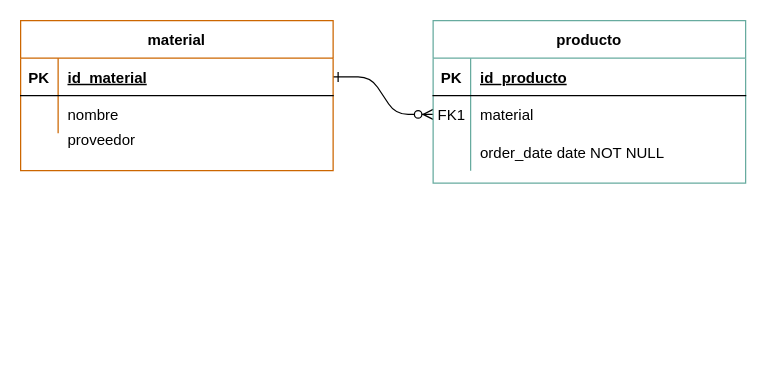
Earlier version of the draw.io diagram Diagrama sin título.drawio (JoselinaOrellano/trebol-tpe). Source tidied: cells renumbered, new cells numbered last; positions are measured from the earlier drawing's top-left corner, leaving out a move shared by most shapes. Both pictures are drawn from the tidied source at 125%, with x=0, y=0 at pixel (20, 20).
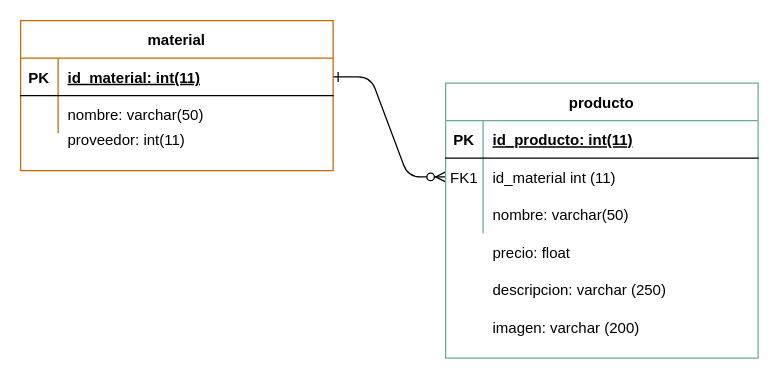
The same page after the edit.

Unchanged cells that the change refers to:
```xml
<mxCell id="4" style="shape=partialRectangle;fillColor=none;top=0;left=0;right=0;bottom=1;" parent="3" vertex="1">
  <mxGeometry y="30" width="250" height="30" as="geometry" />
</mxCell>
<mxCell id="7" style="shape=partialRectangle;fillColor=none;points=[[0,0.5],[1,0.5]];portConstraint=eastwest;top=0;left=0;right=0;bottom=0;" parent="3" vertex="1">
  <mxGeometry y="60" width="250" height="30" as="geometry" />
</mxCell>
<mxCell id="10" style="shape=partialRectangle;fillColor=none;top=0;left=0;right=0;bottom=0;" parent="3" vertex="1">
  <mxGeometry y="90" width="250" height="30" as="geometry" />
</mxCell>
<mxCell id="14" style="shape=partialRectangle;fillColor=none;points=[[0,0.5],[1,0.5]];portConstraint=eastwest;top=0;left=0;right=0;bottom=1;" parent="13" vertex="1">
  <mxGeometry y="30" width="250" height="30" as="geometry" />
</mxCell>
<mxCell id="17" style="shape=partialRectangle;fillColor=none;top=0;left=0;right=0;bottom=0;" parent="13" vertex="1">
  <mxGeometry y="60" width="250" height="30" as="geometry" />
</mxCell>
```

Change to the diagram source:
```diff
@@
+    <mxCell id="23" style="group;" parent="1" vertex="1">
+      <mxGeometry x="340" y="50" width="250" height="220" as="geometry" />
+    </mxCell>
-    <mxCell id="3" value="producto" style="shape=table;startSize=30;childLayout=tableLayout;rowLines=0;fontStyle=1;align=center;strokeColor=#67AB9F;" parent="1" vertex="1">
-      <mxGeometry x="330" width="250" height="130" as="geometry" />
+    <mxCell id="3" value="producto" style="shape=table;startSize=30;childLayout=tableLayout;rowLines=0;fontStyle=1;align=center;strokeColor=#67AB9F;" parent="23" vertex="1">
+      <mxGeometry width="250" height="220" as="geometry" />
     </mxCell>
@@
-    <mxCell id="6" value="id_producto" style="shape=partialRectangle;overflow=hidden;fillColor=none;top=0;left=0;bottom=0;right=0;align=left;spacingLeft=6;fontStyle=5;" parent="4" vertex="1">
+    <mxCell id="6" value="id_producto: int(11)" style="shape=partialRectangle;overflow=hidden;fillColor=none;top=0;left=0;bottom=0;right=0;align=left;spacingLeft=6;fontStyle=5;" parent="4" vertex="1">
       <mxGeometry x="30" width="220" height="30" as="geometry" />
     </mxCell>
@@
-    <mxCell id="9" value="material" style="shape=partialRectangle;overflow=hidden;fillColor=none;top=0;left=0;bottom=0;right=0;align=left;spacingLeft=6;" parent="7" vertex="1">
+    <mxCell id="9" value="id_material int (11)" style="shape=partialRectangle;overflow=hidden;fillColor=none;top=0;left=0;bottom=0;right=0;align=left;spacingLeft=6;" parent="7" vertex="1">
       <mxGeometry x="30" width="220" height="30" as="geometry" />
     </mxCell>
@@
-    <mxCell id="12" value="order_date date NOT NULL" style="shape=partialRectangle;overflow=hidden;fillColor=none;top=0;left=0;bottom=0;right=0;align=left;spacingLeft=6;" parent="10" vertex="1">
+    <mxCell id="12" value="nombre: varchar(50)" style="shape=partialRectangle;overflow=hidden;fillColor=none;top=0;left=0;bottom=0;right=0;align=left;spacingLeft=6;" parent="10" vertex="1">
       <mxGeometry x="30" width="220" height="30" as="geometry" />
     </mxCell>
+    <mxCell id="24" value="precio: float" style="shape=partialRectangle;overflow=hidden;fillColor=none;top=0;left=0;bottom=0;right=0;align=left;spacingLeft=6;" parent="23" vertex="1">
+      <mxGeometry x="30" y="120" width="220" height="30" as="geometry" />
+    </mxCell>
+    <mxCell id="25" value="descripcion: varchar (250)" style="shape=partialRectangle;overflow=hidden;fillColor=none;top=0;left=0;bottom=0;right=0;align=left;spacingLeft=6;" parent="23" vertex="1">
+      <mxGeometry x="30" y="150" width="220" height="30" as="geometry" />
+    </mxCell>
+    <mxCell id="26" value="imagen: varchar (200)" style="shape=partialRectangle;overflow=hidden;fillColor=none;top=0;left=0;bottom=0;right=0;align=left;spacingLeft=6;" parent="23" vertex="1">
+      <mxGeometry x="30" y="180" width="220" height="30" as="geometry" />
+    </mxCell>
+    <mxCell id="27" style="group;" parent="1" vertex="1">
+      <mxGeometry width="250" height="120" as="geometry" />
+    </mxCell>
-    <mxCell id="13" value="material" style="shape=table;startSize=30;childLayout=tableLayout;rowLines=0;fontStyle=1;align=center;strokeColor=#CC6600;" parent="1" vertex="1">
+    <mxCell id="13" value="material" style="shape=table;startSize=30;childLayout=tableLayout;rowLines=0;fontStyle=1;align=center;strokeColor=#CC6600;" parent="27" vertex="1">
       <mxGeometry width="250" height="120" as="geometry" />
     </mxCell>
@@
-    <mxCell id="16" value="id_material" style="shape=partialRectangle;overflow=hidden;fillColor=none;top=0;left=0;bottom=0;right=0;align=left;spacingLeft=6;fontStyle=5;" parent="14" vertex="1">
+    <mxCell id="16" value="id_material: int(11)" style="shape=partialRectangle;overflow=hidden;fillColor=none;top=0;left=0;bottom=0;right=0;align=left;spacingLeft=6;fontStyle=5;" parent="14" vertex="1">
       <mxGeometry x="30" width="220" height="30" as="geometry" />
     </mxCell>
@@
-    <mxCell id="19" value="nombre" style="shape=partialRectangle;overflow=hidden;fillColor=none;top=0;left=0;bottom=0;right=0;align=left;spacingLeft=6;" parent="17" vertex="1">
+    <mxCell id="19" value="nombre: varchar(50)" style="shape=partialRectangle;overflow=hidden;fillColor=none;top=0;left=0;bottom=0;right=0;align=left;spacingLeft=6;" parent="17" vertex="1">
       <mxGeometry x="30" width="220" height="30" as="geometry" />
     </mxCell>
-    <mxCell id="20" style="shape=partialRectangle;fillColor=none;top=0;left=0;right=0;bottom=0;" parent="1" vertex="1">
+    <mxCell id="20" style="shape=partialRectangle;fillColor=none;top=0;left=0;right=0;bottom=0;" parent="27" vertex="1">
       <mxGeometry y="80" width="250" height="30" as="geometry" />
     </mxCell>
@@
-    <mxCell id="22" value="proveedor" style="shape=partialRectangle;overflow=hidden;fillColor=none;top=0;left=0;bottom=0;right=0;align=left;spacingLeft=6;" parent="20" vertex="1">
+    <mxCell id="22" value="proveedor: int(11)" style="shape=partialRectangle;overflow=hidden;fillColor=none;top=0;left=0;bottom=0;right=0;align=left;spacingLeft=6;" parent="20" vertex="1">
       <mxGeometry x="30" width="220" height="30" as="geometry" />
     </mxCell>
```
